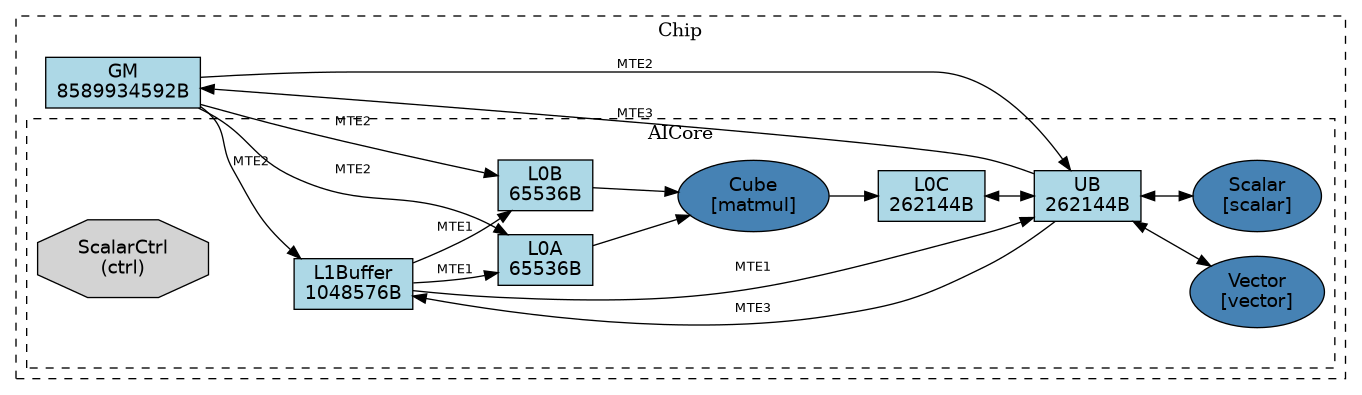
joshjms/archaludon keeps this Graphviz diagram as examples/da_vinci.png. Above is the earlier version. Its source is kept beside it as examples/da_vinci.dot. The source it was exported from:
```dot
digraph arch {
  rankdir=LR;
  newrank=true;
  compound=true;
  node [style=filled, fontname="Helvetica"];
  edge [fontname="Helvetica", fontsize=10];
  subgraph cluster_n131626635953552 {
    label="Chip";
    style=dashed;
    n131626635954896 [label="GM\n8589934592B", shape=box, fillcolor=lightblue];
    subgraph cluster_n131626640023440 {
      label="AICore";
      style=dashed;
      n131626640024400 [label="L1Buffer\n1048576B", shape=box, fillcolor=lightblue];
      n131626640025360 [label="L0A\n65536B", shape=box, fillcolor=lightblue];
      n131626638532400 [label="L0B\n65536B", shape=box, fillcolor=lightblue];
      n131626638528144 [label="L0C\n262144B", shape=box, fillcolor=lightblue];
      n131626638970608 [label="UB\n262144B", shape=box, fillcolor=lightblue];
      n131626635954224 [label="Cube\n[matmul]", shape=ellipse, fillcolor=steelblue];
      n131626640027280 [label="Vector\n[vector]", shape=ellipse, fillcolor=steelblue];
      n131626640026960 [label="Scalar\n[scalar]", shape=ellipse, fillcolor=steelblue];
      n131626635953216 [label="ScalarCtrl\n(ctrl)", shape=octagon, fillcolor=lightgray];
    }
  }
  n131626635954896 -> n131626640024400 [label="MTE2"];
  n131626635954896 -> n131626640025360 [label="MTE2"];
  n131626635954896 -> n131626638532400 [label="MTE2"];
  n131626635954896 -> n131626638970608 [label="MTE2"];
  n131626638970608 -> n131626635954896 [label="MTE3"];
  n131626640024400 -> n131626640025360 [label="MTE1"];
  n131626640024400 -> n131626638532400 [label="MTE1"];
  n131626640024400 -> n131626638970608 [label="MTE1"];
  n131626638970608 -> n131626640024400 [label="MTE3"];
  n131626640025360 -> n131626635954224;
  n131626638532400 -> n131626635954224;
  n131626635954224 -> n131626638528144;
  n131626638528144 -> n131626638970608 [dir=both];
  n131626638970608 -> n131626640027280 [dir=both];
  n131626638970608 -> n131626640026960 [dir=both];
}
```
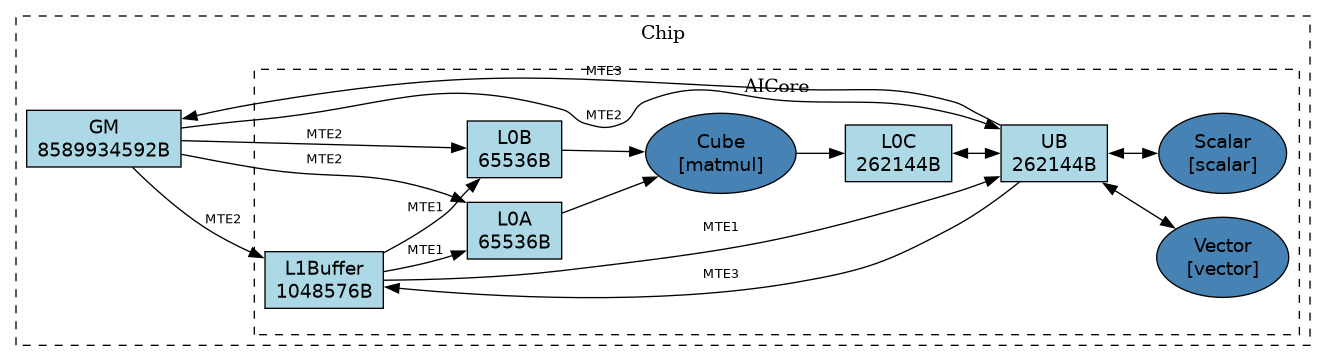
After the change.

What changed in the source:
```diff
@@ -4,37 +4,38 @@
   compound=true;
   node [style=filled, fontname="Helvetica"];
   edge [fontname="Helvetica", fontsize=10];
-  subgraph cluster_n131626635953552 {
+  subgraph cluster_n126334042139584 {
     label="Chip";
     style=dashed;
-    n131626635954896 [label="GM\n8589934592B", shape=box, fillcolor=lightblue];
-    subgraph cluster_n131626640023440 {
+    n126334042140496 [label="GM\n8589934592B", shape=box, fillcolor=lightblue];
+    subgraph cluster_n126334042129456 {
       label="AICore";
       style=dashed;
-      n131626640024400 [label="L1Buffer\n1048576B", shape=box, fillcolor=lightblue];
-      n131626640025360 [label="L0A\n65536B", shape=box, fillcolor=lightblue];
-      n131626638532400 [label="L0B\n65536B", shape=box, fillcolor=lightblue];
-      n131626638528144 [label="L0C\n262144B", shape=box, fillcolor=lightblue];
-      n131626638970608 [label="UB\n262144B", shape=box, fillcolor=lightblue];
-      n131626635954224 [label="Cube\n[matmul]", shape=ellipse, fillcolor=steelblue];
-      n131626640027280 [label="Vector\n[vector]", shape=ellipse, fillcolor=steelblue];
-      n131626640026960 [label="Scalar\n[scalar]", shape=ellipse, fillcolor=steelblue];
-      n131626635953216 [label="ScalarCtrl\n(ctrl)", shape=octagon, fillcolor=lightgray];
+      n126334042132672 [label="L1Buffer\n1048576B", shape=box, fillcolor=lightblue];
+      n126334042141792 [label="L0A\n65536B", shape=box, fillcolor=lightblue];
+      n126334042141888 [label="L0B\n65536B", shape=box, fillcolor=lightblue];
+      n126334042142032 [label="L0C\n262144B", shape=box, fillcolor=lightblue];
+      n126334042140208 [label="UB\n262144B", shape=box, fillcolor=lightblue];
+      n126334042140064 [label="Cube\n[matmul]", shape=ellipse, fillcolor=steelblue];
+      n126334042142752 [label="Vector\n[vector]", shape=ellipse, fillcolor=steelblue];
+      n126334042133920 [label="Scalar\n[scalar]", shape=ellipse, fillcolor=steelblue];
+      n126334042134016 [label="ScalarCtrl\n(ctrl)", shape=octagon, fillcolor=lightgray];
     }
   }
-  n131626635954896 -> n131626640024400 [label="MTE2"];
-  n131626635954896 -> n131626640025360 [label="MTE2"];
-  n131626635954896 -> n131626638532400 [label="MTE2"];
-  n131626635954896 -> n131626638970608 [label="MTE2"];
-  n131626638970608 -> n131626635954896 [label="MTE3"];
-  n131626640024400 -> n131626640025360 [label="MTE1"];
-  n131626640024400 -> n131626638532400 [label="MTE1"];
-  n131626640024400 -> n131626638970608 [label="MTE1"];
-  n131626638970608 -> n131626640024400 [label="MTE3"];
-  n131626640025360 -> n131626635954224;
-  n131626638532400 -> n131626635954224;
-  n131626635954224 -> n131626638528144;
-  n131626638528144 -> n131626638970608 [dir=both];
-  n131626638970608 -> n131626640027280 [dir=both];
-  n131626638970608 -> n131626640026960 [dir=both];
+  n126334042140496 -> n126334042132672 [label="MTE2"];
+  n126334042140496 -> n126334042141792 [label="MTE2"];
+  n126334042140496 -> n126334042141888 [label="MTE2"];
+  n126334042140496 -> n126334042140208 [label="MTE2"];
+  n126334042140208 -> n126334042140496 [label="MTE3"];
+  n126334042142032 -> n126334042140496 [label="FixPipe"];
+  n126334042132672 -> n126334042141792 [label="MTE1"];
+  n126334042132672 -> n126334042141888 [label="MTE1"];
+  n126334042132672 -> n126334042140208 [label="MTE1"];
+  n126334042140208 -> n126334042132672 [label="MTE3"];
+  n126334042141792 -> n126334042140064;
+  n126334042141888 -> n126334042140064;
+  n126334042140064 -> n126334042142032;
+  n126334042142032 -> n126334042140208 [label="FixPipe"];
+  n126334042140208 -> n126334042142752 [dir=both];
+  n126334042140208 -> n126334042133920 [dir=both];
 }
```
